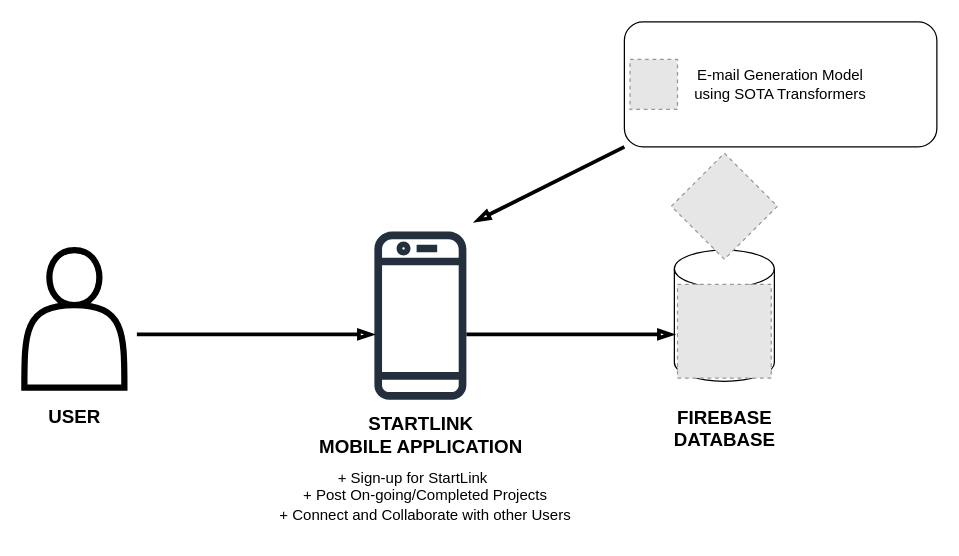
This is Untitled Diagram.drawio from aditya-c2512/at-lab-project, a draw.io file, before an edit. Source tidied: cells renumbered, new cells numbered last; positions are measured from the earlier drawing's top-left corner, leaving out a move shared by most shapes. Both pictures are drawn from the tidied source at 125%, with x=0, y=0 at pixel (24, 21). Pictures stored in the file or linked from it are replaced by grey dashed boxes.
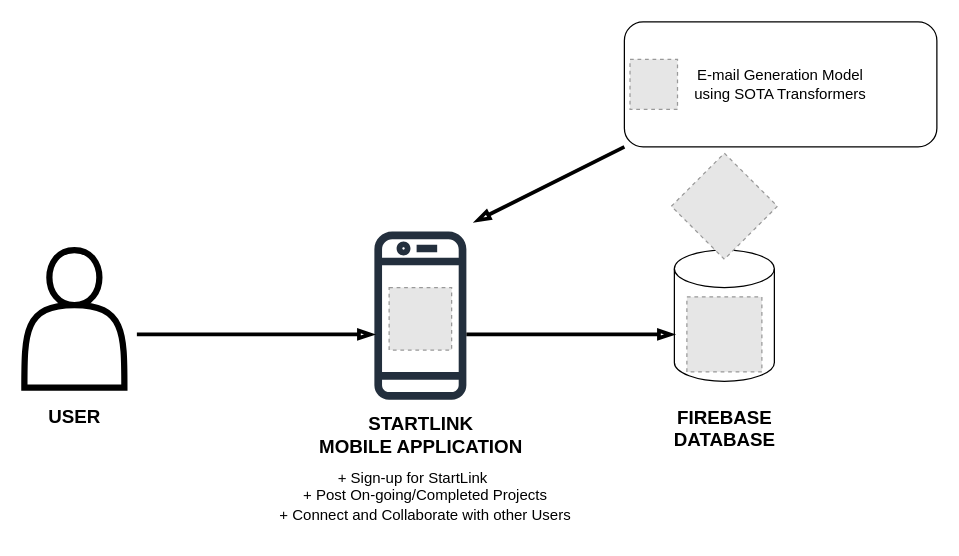
Above is the later version.

Change to the diagram source:
```diff
@@
     <mxCell id="7" style="fillColor=#E6E6E6;strokeColor=#999999;dashed=1;html=1;verticalAlign=top;verticalLabelPosition=bottom;labelBackgroundColor=#ffffff;" parent="1" vertex="1">
-      <mxGeometry x="522.5" y="210" width="75" height="75" as="geometry" />
+      <mxGeometry x="530" y="220" width="60" height="60" as="geometry" />
     </mxCell>
@@
+    <mxCell id="18" style="fillColor=#E6E6E6;strokeColor=#999999;dashed=1;html=1;verticalAlign=top;verticalLabelPosition=bottom;labelBackgroundColor=#ffffff;" parent="1" vertex="1">
+      <mxGeometry x="291.8" y="212.5" width="50" height="50" as="geometry" />
+    </mxCell>
```
